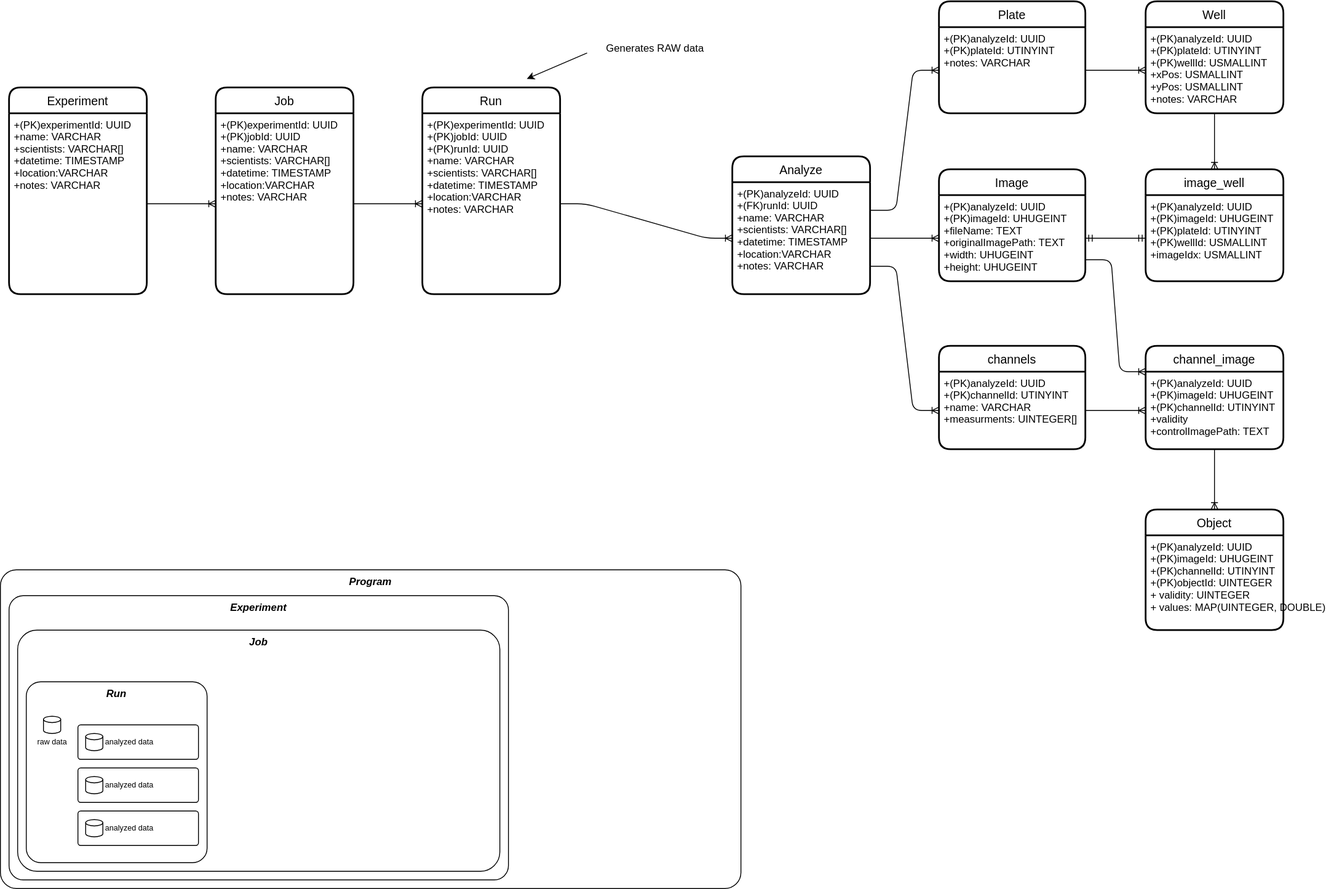
The draw.io diagram doc/database.drawio.svg in joda01/imagec, before a commit. Source tidied: cells renumbered, new cells last; positions are measured from the earlier drawing's top-left corner, leaving out a move shared by most shapes.
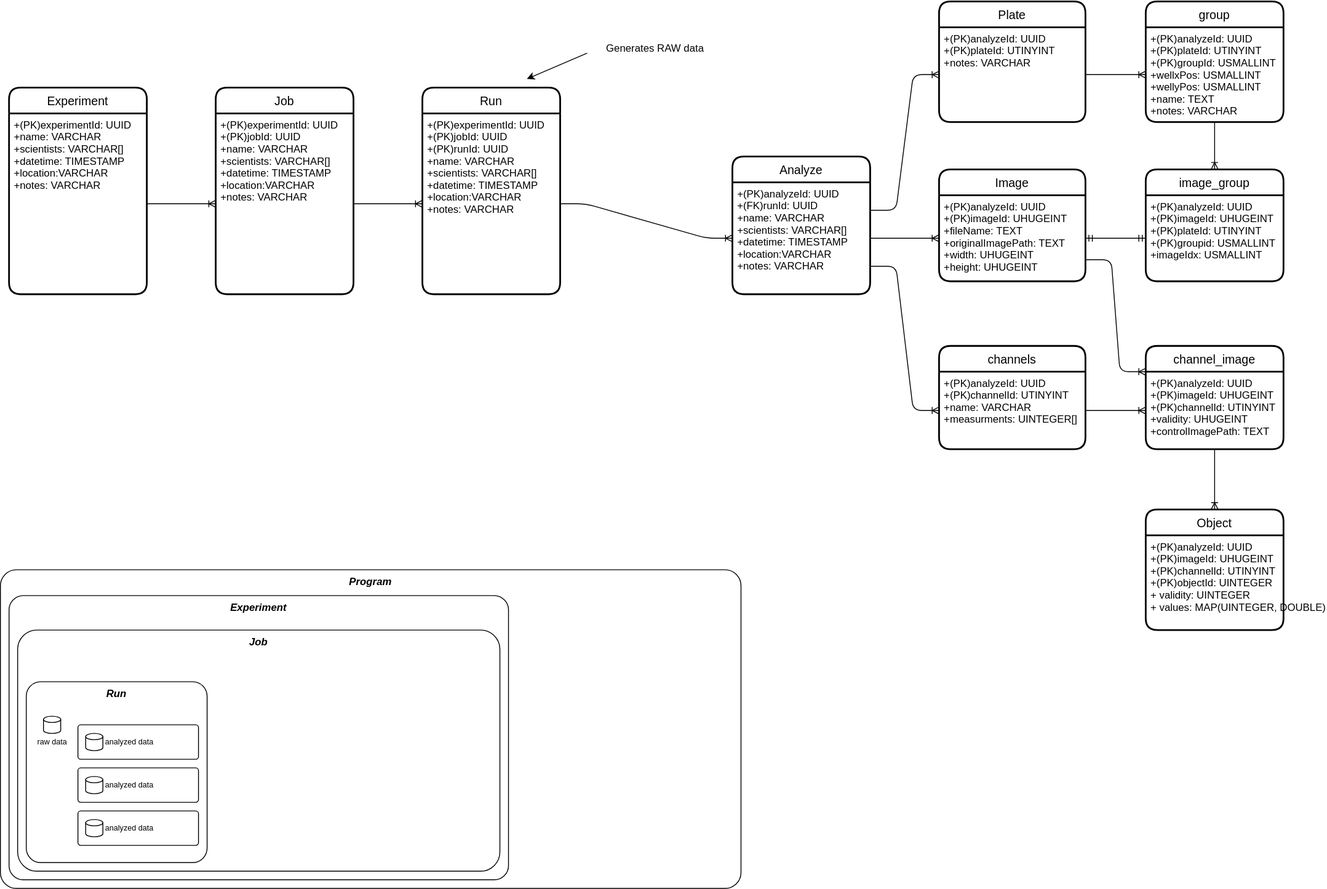
After the commit.

What changed in the source:
```diff
@@ -9,10 +9,10 @@
       <mxGeometry y="30" width="160" height="210" as="geometry" />
     </mxCell>
     <mxCell id="4" value="Plate" style="swimlane;horizontal=1;startSize=30;rounded=1;fontSize=14;fontStyle=0;strokeWidth=2;shadow=0;dashed=0;align=center;" parent="1" vertex="1">
-      <mxGeometry x="1090" width="170" height="130" as="geometry" />
+      <mxGeometry x="1090" width="170" height="140" as="geometry" />
     </mxCell>
     <mxCell id="5" value="+(PK)analyzeId: UUID&#10;+(PK)plateId: UTINYINT&#10;+notes: VARCHAR" style="align=left;strokeColor=none;fillColor=none;spacingLeft=4;fontSize=12;verticalAlign=top;" parent="4" vertex="1">
-      <mxGeometry y="30" width="170" height="100" as="geometry" />
+      <mxGeometry y="30" width="170" height="110" as="geometry" />
     </mxCell>
     <mxCell id="6" value="Image" style="swimlane;horizontal=1;startSize=30;rounded=1;fontSize=14;fontStyle=0;strokeWidth=2;shadow=0;dashed=0;align=center;" parent="1" vertex="1">
       <mxGeometry x="1090" y="195" width="170" height="130" as="geometry" />
@@ -26,11 +26,11 @@
     <mxCell id="9" value="+(PK)analyzeId: UUID&#10;+(PK)imageId: UHUGEINT&#10;+(PK)channelId: UTINYINT&#10;+(PK)objectId: UINTEGER&#10;+ validity: UINTEGER&#10;+ values: MAP(UINTEGER, DOUBLE)" style="align=left;strokeColor=none;fillColor=none;spacingLeft=4;fontSize=12;verticalAlign=top;" parent="8" vertex="1">
       <mxGeometry y="30" width="160" height="110" as="geometry" />
     </mxCell>
-    <mxCell id="10" value="Well" style="swimlane;horizontal=1;startSize=30;rounded=1;fontSize=14;fontStyle=0;strokeWidth=2;shadow=0;dashed=0;align=center;" parent="1" vertex="1">
-      <mxGeometry x="1330" width="160" height="130" as="geometry" />
+    <mxCell id="10" value="group" style="swimlane;horizontal=1;startSize=30;rounded=1;fontSize=14;fontStyle=0;strokeWidth=2;shadow=0;dashed=0;align=center;" parent="1" vertex="1">
+      <mxGeometry x="1330" width="160" height="140" as="geometry" />
     </mxCell>
-    <mxCell id="11" value="+(PK)analyzeId: UUID&#10;+(PK)plateId: UTINYINT&#10;+(PK)wellId: USMALLINT&#10;+xPos: USMALLINT&#10;+yPos: USMALLINT&#10;+notes: VARCHAR" style="align=left;strokeColor=none;fillColor=none;spacingLeft=4;fontSize=12;verticalAlign=top;" parent="10" vertex="1">
-      <mxGeometry y="30" width="160" height="100" as="geometry" />
+    <mxCell id="11" value="+(PK)analyzeId: UUID&#10;+(PK)plateId: UTINYINT&#10;+(PK)groupId: USMALLINT&#10;+wellxPos: USMALLINT&#10;+wellyPos: USMALLINT&#10;+name: TEXT&#10;+notes: VARCHAR" style="align=left;strokeColor=none;fillColor=none;spacingLeft=4;fontSize=12;verticalAlign=top;" parent="10" vertex="1">
+      <mxGeometry y="30" width="160" height="110" as="geometry" />
     </mxCell>
     <mxCell id="12" value="Experiment" style="swimlane;horizontal=1;startSize=30;rounded=1;fontSize=14;fontStyle=0;strokeWidth=2;shadow=0;dashed=0;align=center;" parent="1" vertex="1">
       <mxGeometry x="10" y="100" width="160" height="240" as="geometry" />
@@ -134,10 +134,10 @@
     <mxCell id="44" style="fontSize=12;html=1;endArrow=ERoneToMany;exitX=0.5;exitY=1;exitDx=0;exitDy=0;entryX=0.5;entryY=0;entryDx=0;entryDy=0;" parent="1" edge="1" source="11" target="45">
       <mxGeometry relative="1" as="geometry" />
     </mxCell>
-    <mxCell id="45" value="image_well" style="swimlane;horizontal=1;startSize=30;rounded=1;fontSize=14;fontStyle=0;strokeWidth=2;shadow=0;dashed=0;align=center;" parent="1" vertex="1">
+    <mxCell id="45" value="image_group" style="swimlane;horizontal=1;startSize=30;rounded=1;fontSize=14;fontStyle=0;strokeWidth=2;shadow=0;dashed=0;align=center;" parent="1" vertex="1">
       <mxGeometry x="1330" y="195" width="160" height="130" as="geometry" />
     </mxCell>
-    <mxCell id="46" value="+(PK)analyzeId: UUID&#10;+(PK)imageId: UHUGEINT&#10;+(PK)plateId: UTINYINT&#10;+(PK)wellId: USMALLINT&#10;+imageIdx: USMALLINT" style="align=left;strokeColor=none;fillColor=none;spacingLeft=4;fontSize=12;verticalAlign=top;" parent="45" vertex="1">
+    <mxCell id="46" value="+(PK)analyzeId: UUID&#10;+(PK)imageId: UHUGEINT&#10;+(PK)plateId: UTINYINT&#10;+(PK)groupid: USMALLINT&#10;+imageIdx: USMALLINT" style="align=left;strokeColor=none;fillColor=none;spacingLeft=4;fontSize=12;verticalAlign=top;" parent="45" vertex="1">
       <mxGeometry y="30" width="160" height="100" as="geometry" />
     </mxCell>
     <mxCell id="47" style="edgeStyle=entityRelationEdgeStyle;fontSize=12;html=1;endArrow=ERmandOne;startArrow=ERmandOne;elbow=vertical;exitX=1;exitY=0.5;exitDx=0;exitDy=0;entryX=0;entryY=0.5;entryDx=0;entryDy=0;" parent="1" edge="1" source="7" target="46">
@@ -146,7 +146,7 @@
     <mxCell id="48" value="channel_image" style="swimlane;horizontal=1;startSize=30;rounded=1;fontSize=14;fontStyle=0;strokeWidth=2;shadow=0;dashed=0;align=center;" parent="1" vertex="1">
       <mxGeometry x="1330" y="400" width="160" height="120" as="geometry" />
     </mxCell>
-    <mxCell id="49" value="+(PK)analyzeId: UUID&#10;+(PK)imageId: UHUGEINT&#10;+(PK)channelId: UTINYINT&#10;+validity&#10;+controlImagePath: TEXT" style="align=left;strokeColor=none;fillColor=none;spacingLeft=4;fontSize=12;verticalAlign=top;" parent="48" vertex="1">
+    <mxCell id="49" value="+(PK)analyzeId: UUID&#10;+(PK)imageId: UHUGEINT&#10;+(PK)channelId: UTINYINT&#10;+validity: UHUGEINT&#10;+controlImagePath: TEXT" style="align=left;strokeColor=none;fillColor=none;spacingLeft=4;fontSize=12;verticalAlign=top;" parent="48" vertex="1">
       <mxGeometry y="30" width="160" height="90" as="geometry" />
     </mxCell>
     <mxCell id="50" style="edgeStyle=entityRelationEdgeStyle;fontSize=12;html=1;endArrow=ERoneToMany;exitX=1;exitY=0.75;exitDx=0;exitDy=0;entryX=0;entryY=0.5;entryDx=0;entryDy=0;" parent="1" edge="1" source="24" target="52">
```
